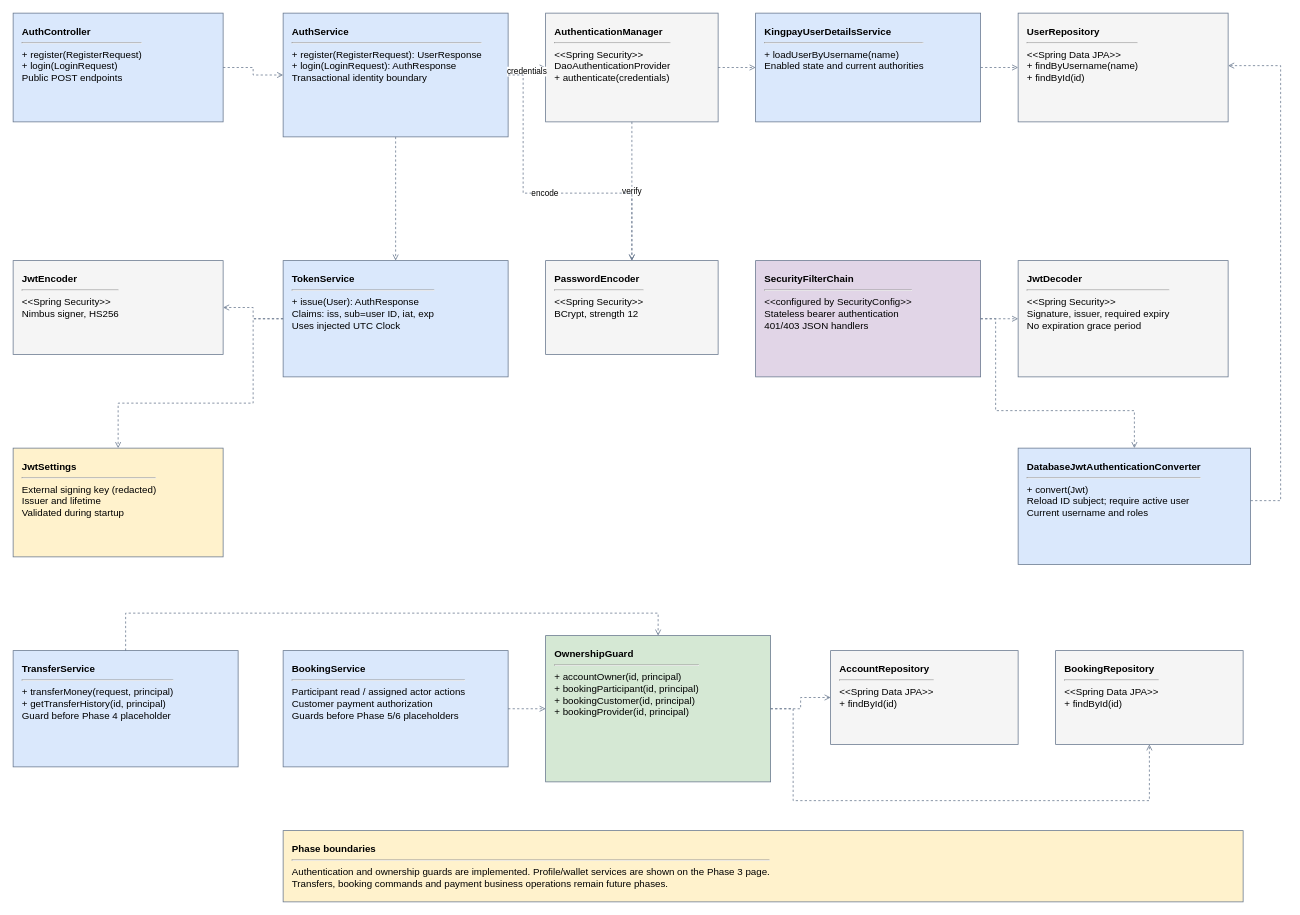
Before: page "Phase 2 security" (2 of 4) of Kingpay.drawio in ezra-jeo/MCO1-ezra-jeo, a draw.io diagram. Source tidied: cells renumbered, new cells numbered last; positions are measured from the earlier drawing's top-left corner, leaving out a move shared by most shapes. Both pictures are drawn from the tidied source at 75%, with x=0, y=0 at pixel (13, 13).
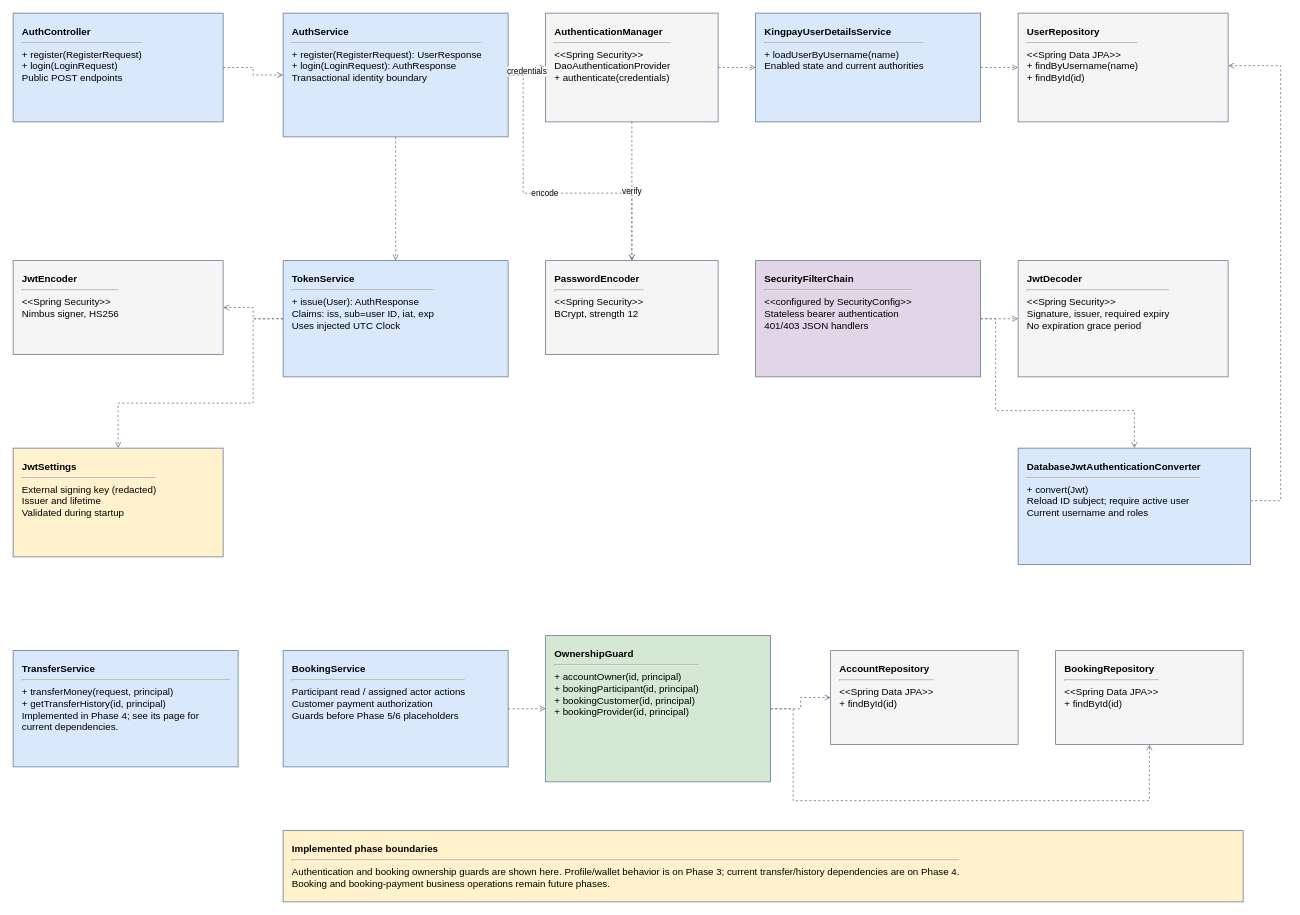
The same diagram, later.

The change refers to these unchanged cells:
```xml
<mxCell id="16" value="&lt;b&gt;OwnershipGuard&lt;/b&gt;&lt;hr&gt;+ accountOwner(id, principal)&lt;br&gt;+ bookingParticipant(id, principal)&lt;br&gt;+ bookingCustomer(id, principal)&lt;br&gt;+ bookingProvider(id, principal)" style="html=1;whiteSpace=wrap;rounded=0;align=left;verticalAlign=top;spacing=12;fontSize=13;fontFamily=Helvetica;strokeColor=#64748B;fillColor=#D5E8D4;" parent="1" vertex="1">
  <mxGeometry x="710" y="830" width="300" height="195" as="geometry" />
</mxCell>
```

What changed in the source:
```diff
@@
-    <mxCell id="14" value="&lt;b&gt;TransferService&lt;/b&gt;&lt;hr&gt;+ transferMoney(request, principal)&lt;br&gt;+ getTransferHistory(id, principal)&lt;br&gt;Guard before Phase 4 placeholder" style="html=1;whiteSpace=wrap;rounded=0;align=left;verticalAlign=top;spacing=12;fontSize=13;fontFamily=Helvetica;strokeColor=#64748B;fillColor=#DAE8FC;" parent="1" vertex="1">
+    <mxCell id="14" value="&lt;b&gt;TransferService&lt;/b&gt;&lt;hr&gt;+ transferMoney(request, principal)&lt;br&gt;+ getTransferHistory(id, principal)&lt;br&gt;Implemented in Phase 4; see its page for current dependencies." style="html=1;whiteSpace=wrap;rounded=0;align=left;verticalAlign=top;spacing=12;fontSize=13;fontFamily=Helvetica;strokeColor=#64748B;fillColor=#DAE8FC;" parent="1" vertex="1">
       <mxGeometry y="850" width="300" height="155" as="geometry" />
     </mxCell>
@@
-    <mxCell id="19" value="&lt;b&gt;Phase boundaries&lt;/b&gt;&lt;hr&gt;Authentication and ownership guards are implemented. Profile/wallet services are shown on the Phase 3 page.&lt;br&gt;Transfers, booking commands and payment business operations remain future phases." style="html=1;whiteSpace=wrap;rounded=0;align=left;verticalAlign=top;spacing=12;fontSize=13;fontFamily=Helvetica;strokeColor=#64748B;fillColor=#FFF2CC;" parent="1" vertex="1">
+    <mxCell id="19" value="&lt;b&gt;Implemented phase boundaries&lt;/b&gt;&lt;hr&gt;Authentication and booking ownership guards are shown here. Profile/wallet behavior is on Phase 3; current transfer/history dependencies are on Phase 4.&lt;br&gt;Booking and booking-payment business operations remain future phases." style="html=1;whiteSpace=wrap;rounded=0;align=left;verticalAlign=top;spacing=12;fontSize=13;fontFamily=Helvetica;strokeColor=#64748B;fillColor=#FFF2CC;" parent="1" vertex="1">
       <mxGeometry x="360" y="1090" width="1280" height="95" as="geometry" />
     </mxCell>
@@
-    <mxCell id="32" style="edgeStyle=orthogonalEdgeStyle;rounded=0;html=1;dashed=1;endArrow=open;endFill=0;strokeColor=#64748B;fontSize=11;labelBackgroundColor=#FFFFFF;" parent="1" edge="1" source="14" target="16">
-      <mxGeometry relative="1" as="geometry">
-        <Array as="points">
-          <mxPoint x="320" y="800" />
-          <mxPoint x="680" y="800" />
-        </Array>
-      </mxGeometry>
-    </mxCell>
```
